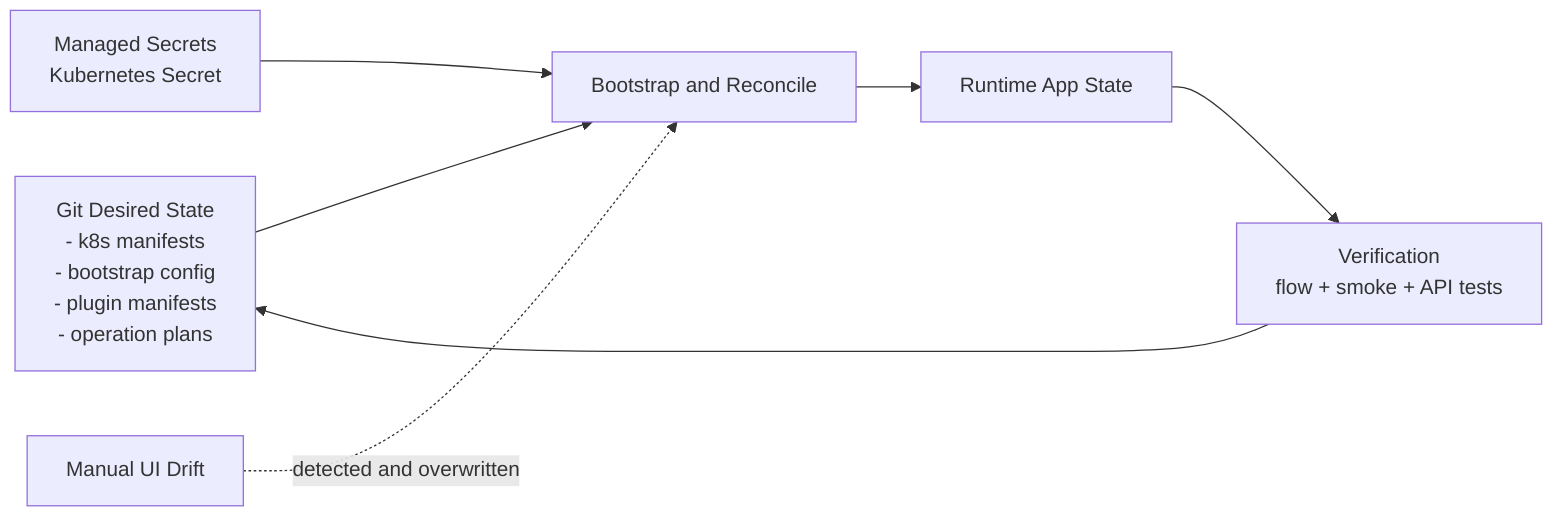
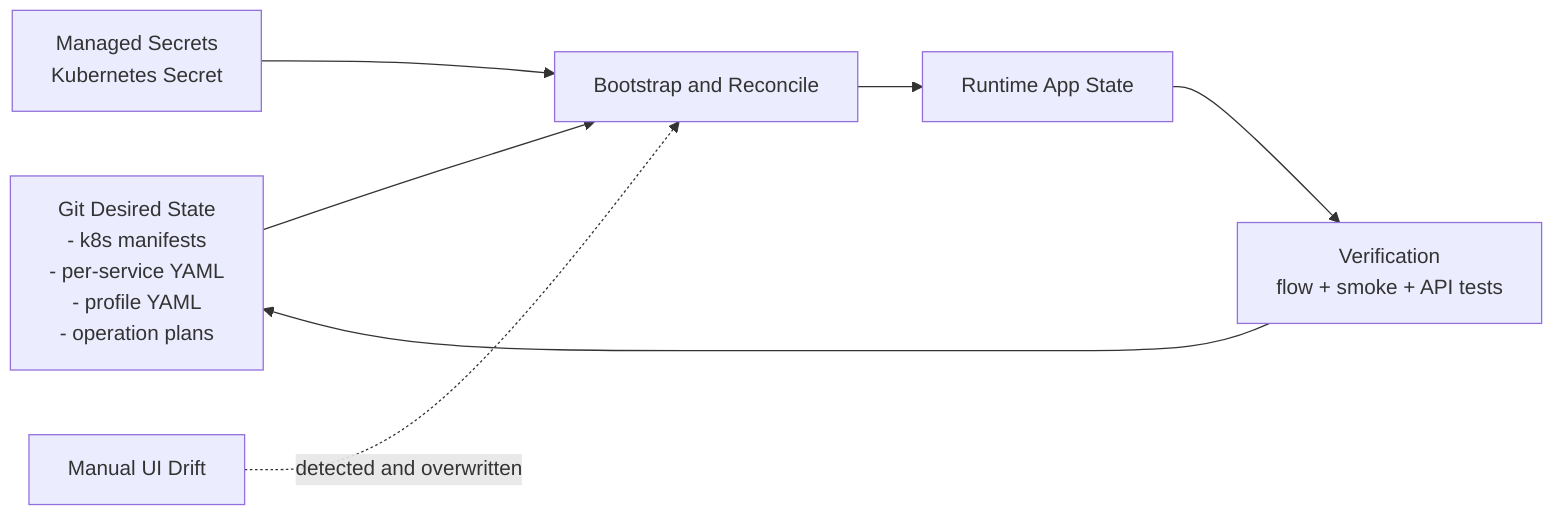
flowchart LR
-   SRC[Git Desired State\n- k8s manifests\n- bootstrap config\n- plugin manifests\n- operation plans]
+   SRC[Git Desired State\n- k8s manifests\n- per-service YAML\n- profile YAML\n- operation plans]
  SEC[Managed Secrets\nKubernetes Secret]
  BOOT[Bootstrap and Reconcile]
  RUN[Runtime App State]
  TEST[Verification\nflow + smoke + API tests]

  SRC --> BOOT
  SEC --> BOOT
  BOOT --> RUN
  RUN --> TEST
  TEST --> SRC

  DRIFT[Manual UI Drift]
  DRIFT -.detected and overwritten.-> BOOT
